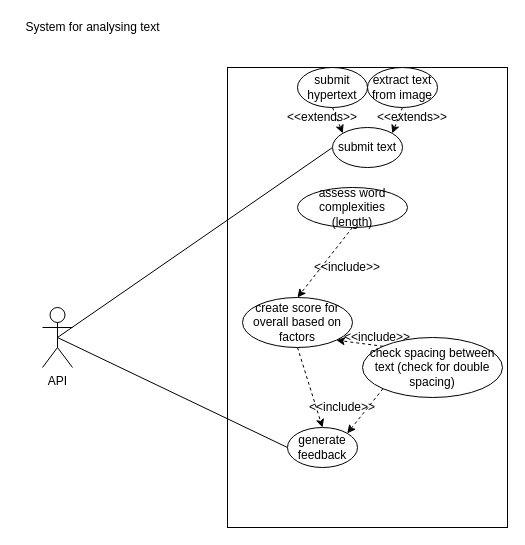
nightmarlin/socia11y keeps this draw.io diagram as LukeUseCase.drawio. Above is the earlier version. Source tidied: cells renumbered, new cells numbered last; positions are measured from the earlier drawing's top-left corner, leaving out a move shared by most shapes. Both pictures are drawn from the tidied source at 100%, with x=0, y=0 at pixel (17, 17).
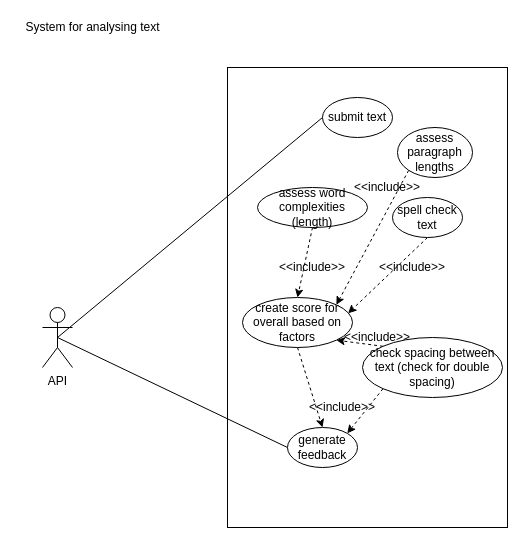
The same page after the edit.

Commit message:
made some corrections

The change refers to these unchanged cells:
```xml
<mxCell id="17" value="create score for overall based on factors" style="ellipse;whiteSpace=wrap;html=1;" parent="1" vertex="1">
  <mxGeometry x="225" y="280" width="110" height="50" as="geometry" />
</mxCell>
```

What changed in the source:
```diff
@@
     <mxCell id="6" value="submit text" style="ellipse;whiteSpace=wrap;html=1;" parent="1" vertex="1">
-      <mxGeometry x="315" y="110" width="70" height="40" as="geometry" />
+      <mxGeometry x="305" y="80" width="70" height="40" as="geometry" />
     </mxCell>
-    <mxCell id="7" style="edgeStyle=none;rounded=0;jettySize=auto;html=1;exitX=0.5;exitY=1;exitDx=0;exitDy=0;entryX=0;entryY=0;entryDx=0;entryDy=0;endArrow=classic;endFill=1;dashed=1;" parent="1" edge="1" source="8" target="6">
-      <mxGeometry relative="1" as="geometry" />
-    </mxCell>
-    <mxCell id="8" value="submit hypertext" style="ellipse;whiteSpace=wrap;html=1;" parent="1" vertex="1">
-      <mxGeometry x="280" y="50" width="70" height="40" as="geometry" />
-    </mxCell>
-    <mxCell id="9" style="edgeStyle=none;rounded=0;jettySize=auto;html=1;exitX=0.5;exitY=1;exitDx=0;exitDy=0;entryX=1;entryY=0;entryDx=0;entryDy=0;endArrow=classic;endFill=1;dashed=1;" parent="1" edge="1" source="10" target="6">
-      <mxGeometry relative="1" as="geometry" />
-    </mxCell>
-    <mxCell id="10" value="extract text from image" style="ellipse;whiteSpace=wrap;html=1;" parent="1" vertex="1">
-      <mxGeometry x="350" y="50" width="70" height="40" as="geometry" />
-    </mxCell>
-    <mxCell id="11" value="&amp;lt;&amp;lt;extends&amp;gt;&amp;gt;" style="text;html=1;strokeColor=none;fillColor=none;align=center;verticalAlign=middle;whiteSpace=wrap;rounded=0;" parent="1" vertex="1">
-      <mxGeometry x="285" y="90" width="40" height="20" as="geometry" />
-    </mxCell>
-    <mxCell id="12" value="&amp;lt;&amp;lt;extends&amp;gt;&amp;gt;" style="text;html=1;strokeColor=none;fillColor=none;align=center;verticalAlign=middle;whiteSpace=wrap;rounded=0;" parent="1" vertex="1">
-      <mxGeometry x="375" y="90" width="40" height="20" as="geometry" />
-    </mxCell>
@@
     <mxCell id="15" value="assess word complexities (length)" style="ellipse;whiteSpace=wrap;html=1;" parent="1" vertex="1">
-      <mxGeometry x="280" y="170" width="110" height="40" as="geometry" />
+      <mxGeometry x="240" y="170" width="110" height="40" as="geometry" />
     </mxCell>
@@
     <mxCell id="19" value="&amp;lt;&amp;lt;include&amp;gt;&amp;gt;" style="text;html=1;strokeColor=none;fillColor=none;align=center;verticalAlign=middle;whiteSpace=wrap;rounded=0;" parent="1" vertex="1">
-      <mxGeometry x="310" y="240" width="40" height="20" as="geometry" />
+      <mxGeometry x="275" y="240" width="40" height="20" as="geometry" />
     </mxCell>
@@
+    <mxCell id="26" style="rounded=0;jettySize=auto;html=1;exitX=0.5;exitY=1;exitDx=0;exitDy=0;entryX=0.96;entryY=0.316;entryDx=0;entryDy=0;entryPerimeter=0;dashed=1;" parent="1" edge="1" source="27" target="17">
+      <mxGeometry relative="1" as="geometry" />
+    </mxCell>
+    <mxCell id="27" value="spell check text" style="ellipse;whiteSpace=wrap;html=1;" parent="1" vertex="1">
+      <mxGeometry x="375" y="180" width="70" height="40" as="geometry" />
+    </mxCell>
+    <mxCell id="28" value="&amp;lt;&amp;lt;include&amp;gt;&amp;gt;" style="text;html=1;strokeColor=none;fillColor=none;align=center;verticalAlign=middle;whiteSpace=wrap;rounded=0;" parent="1" vertex="1">
+      <mxGeometry x="375" y="240" width="40" height="20" as="geometry" />
+    </mxCell>
+    <mxCell id="29" style="rounded=0;jettySize=auto;html=1;exitX=0;exitY=1;exitDx=0;exitDy=0;entryX=1;entryY=0;entryDx=0;entryDy=0;dashed=1;" parent="1" edge="1" source="30" target="17">
+      <mxGeometry relative="1" as="geometry" />
+    </mxCell>
+    <mxCell id="30" value="assess paragraph lengths" style="ellipse;whiteSpace=wrap;html=1;" parent="1" vertex="1">
+      <mxGeometry x="380" y="110" width="75" height="50" as="geometry" />
+    </mxCell>
+    <mxCell id="31" value="&amp;lt;&amp;lt;include&amp;gt;&amp;gt;" style="text;html=1;strokeColor=none;fillColor=none;align=center;verticalAlign=middle;whiteSpace=wrap;rounded=0;" parent="1" vertex="1">
+      <mxGeometry x="350" y="160" width="40" height="20" as="geometry" />
+    </mxCell>
```
